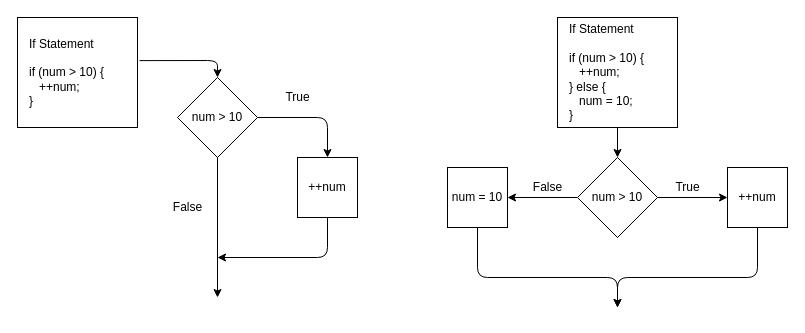
Above: udemy/Beginning_CPP_Programming_From_Beginner_to_Beyond/09_Program_Flow/flow.drawio in steveanthony999/cpp (draw.io), before the change. Source tidied: cells renumbered, new cells numbered last; positions are measured from the earlier drawing's top-left corner, leaving out a move shared by most shapes. Both pictures are drawn from the tidied source at 100%, with x=0, y=0 at pixel (17, 17).
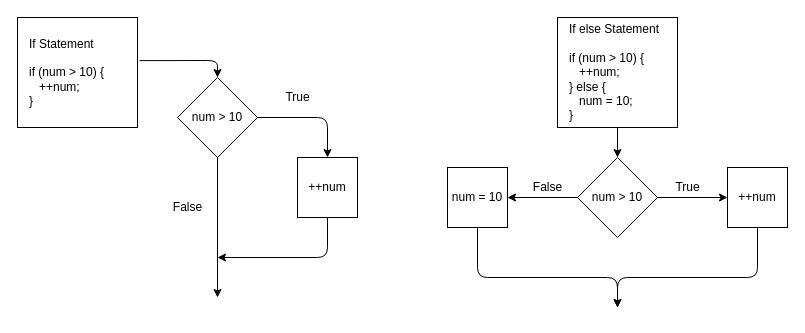
After the change.

Commit message:
fixed typo in flowchart

The edit, as a diff of the source:
```diff
@@
-    <mxCell id="12" value="&amp;nbsp; &amp;nbsp;If Statement&lt;br&gt;&lt;br&gt;&amp;nbsp; &amp;nbsp;if (num &amp;gt; 10) {&lt;br&gt;&amp;nbsp; &amp;nbsp; &amp;nbsp; ++num;&lt;br&gt;&amp;nbsp; &amp;nbsp;} else {&lt;br&gt;&amp;nbsp; &amp;nbsp; &amp;nbsp; num = 10;&lt;br&gt;&amp;nbsp; &amp;nbsp;}" style="rounded=0;whiteSpace=wrap;html=1;align=left;" parent="1" vertex="1">
+    <mxCell id="12" value="&amp;nbsp; &amp;nbsp;If else Statement&lt;br&gt;&lt;br&gt;&amp;nbsp; &amp;nbsp;if (num &amp;gt; 10) {&lt;br&gt;&amp;nbsp; &amp;nbsp; &amp;nbsp; ++num;&lt;br&gt;&amp;nbsp; &amp;nbsp;} else {&lt;br&gt;&amp;nbsp; &amp;nbsp; &amp;nbsp; num = 10;&lt;br&gt;&amp;nbsp; &amp;nbsp;}" style="rounded=0;whiteSpace=wrap;html=1;align=left;" parent="1" vertex="1">
       <mxGeometry x="540" width="120" height="110" as="geometry" />
     </mxCell>
```
